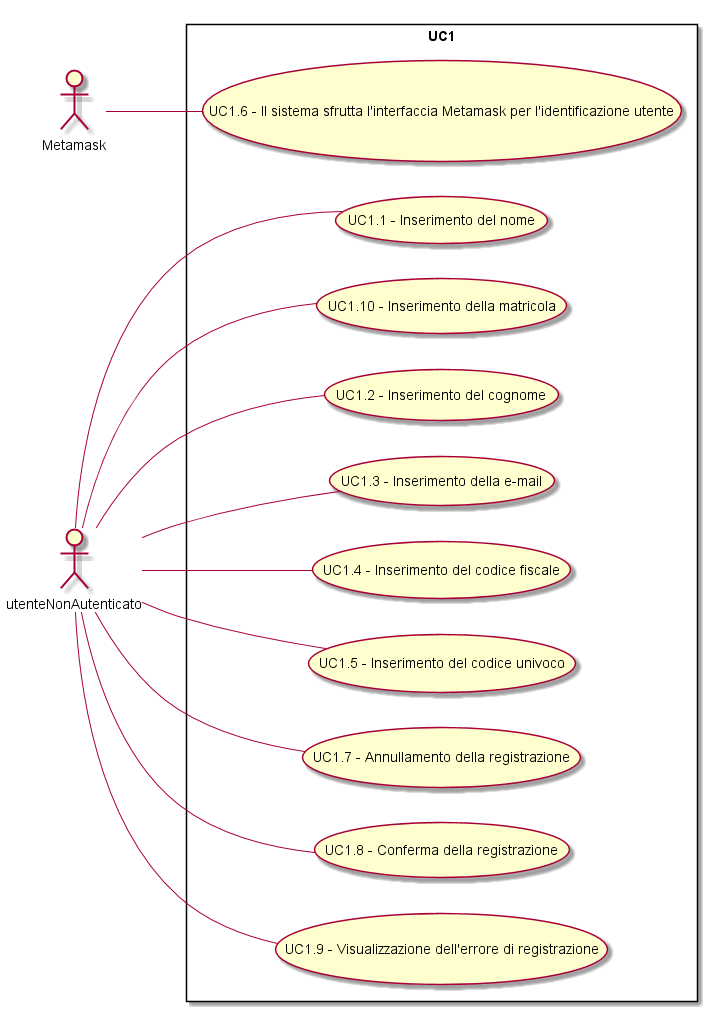
The PlantUML diagram Analisi dei requisiti/img/UC1.png in SOS-SonsOfSwe/Marvin, before a commit.
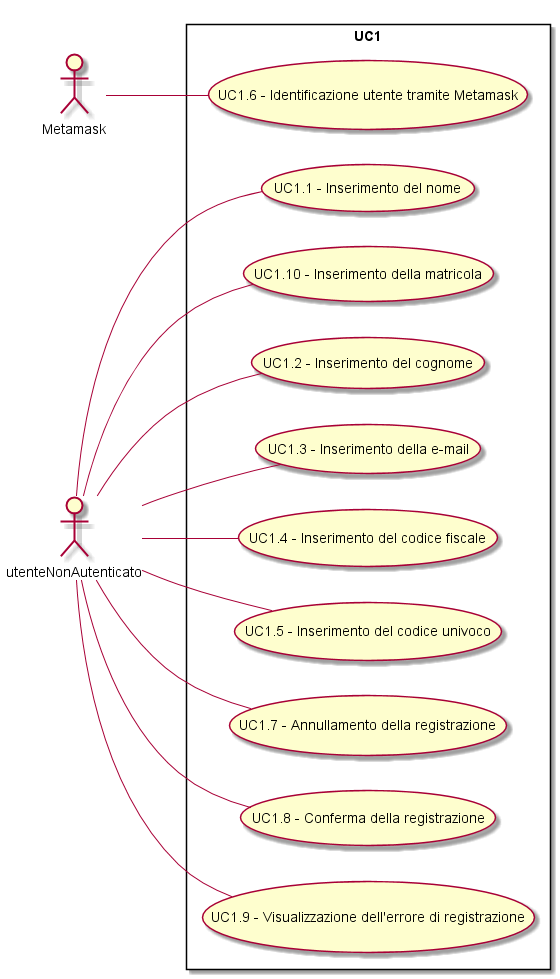
Above is the later version.

Change to the diagram source:
```diff
@@ -4,7 +4,7 @@
 actor Metamask
 actor utenteNonAutenticato
 rectangle UC1 {
-Metamask -- (UC1.6 - Il sistema sfrutta l'interfaccia Metamask per l'identificazione utente)
+Metamask -- (UC1.6 - Identificazione utente tramite Metamask)
 utenteNonAutenticato -- (UC1.1 - Inserimento del nome)
 utenteNonAutenticato -- (UC1.10 - Inserimento della matricola)
 utenteNonAutenticato -- (UC1.2 - Inserimento del cognome)
```
